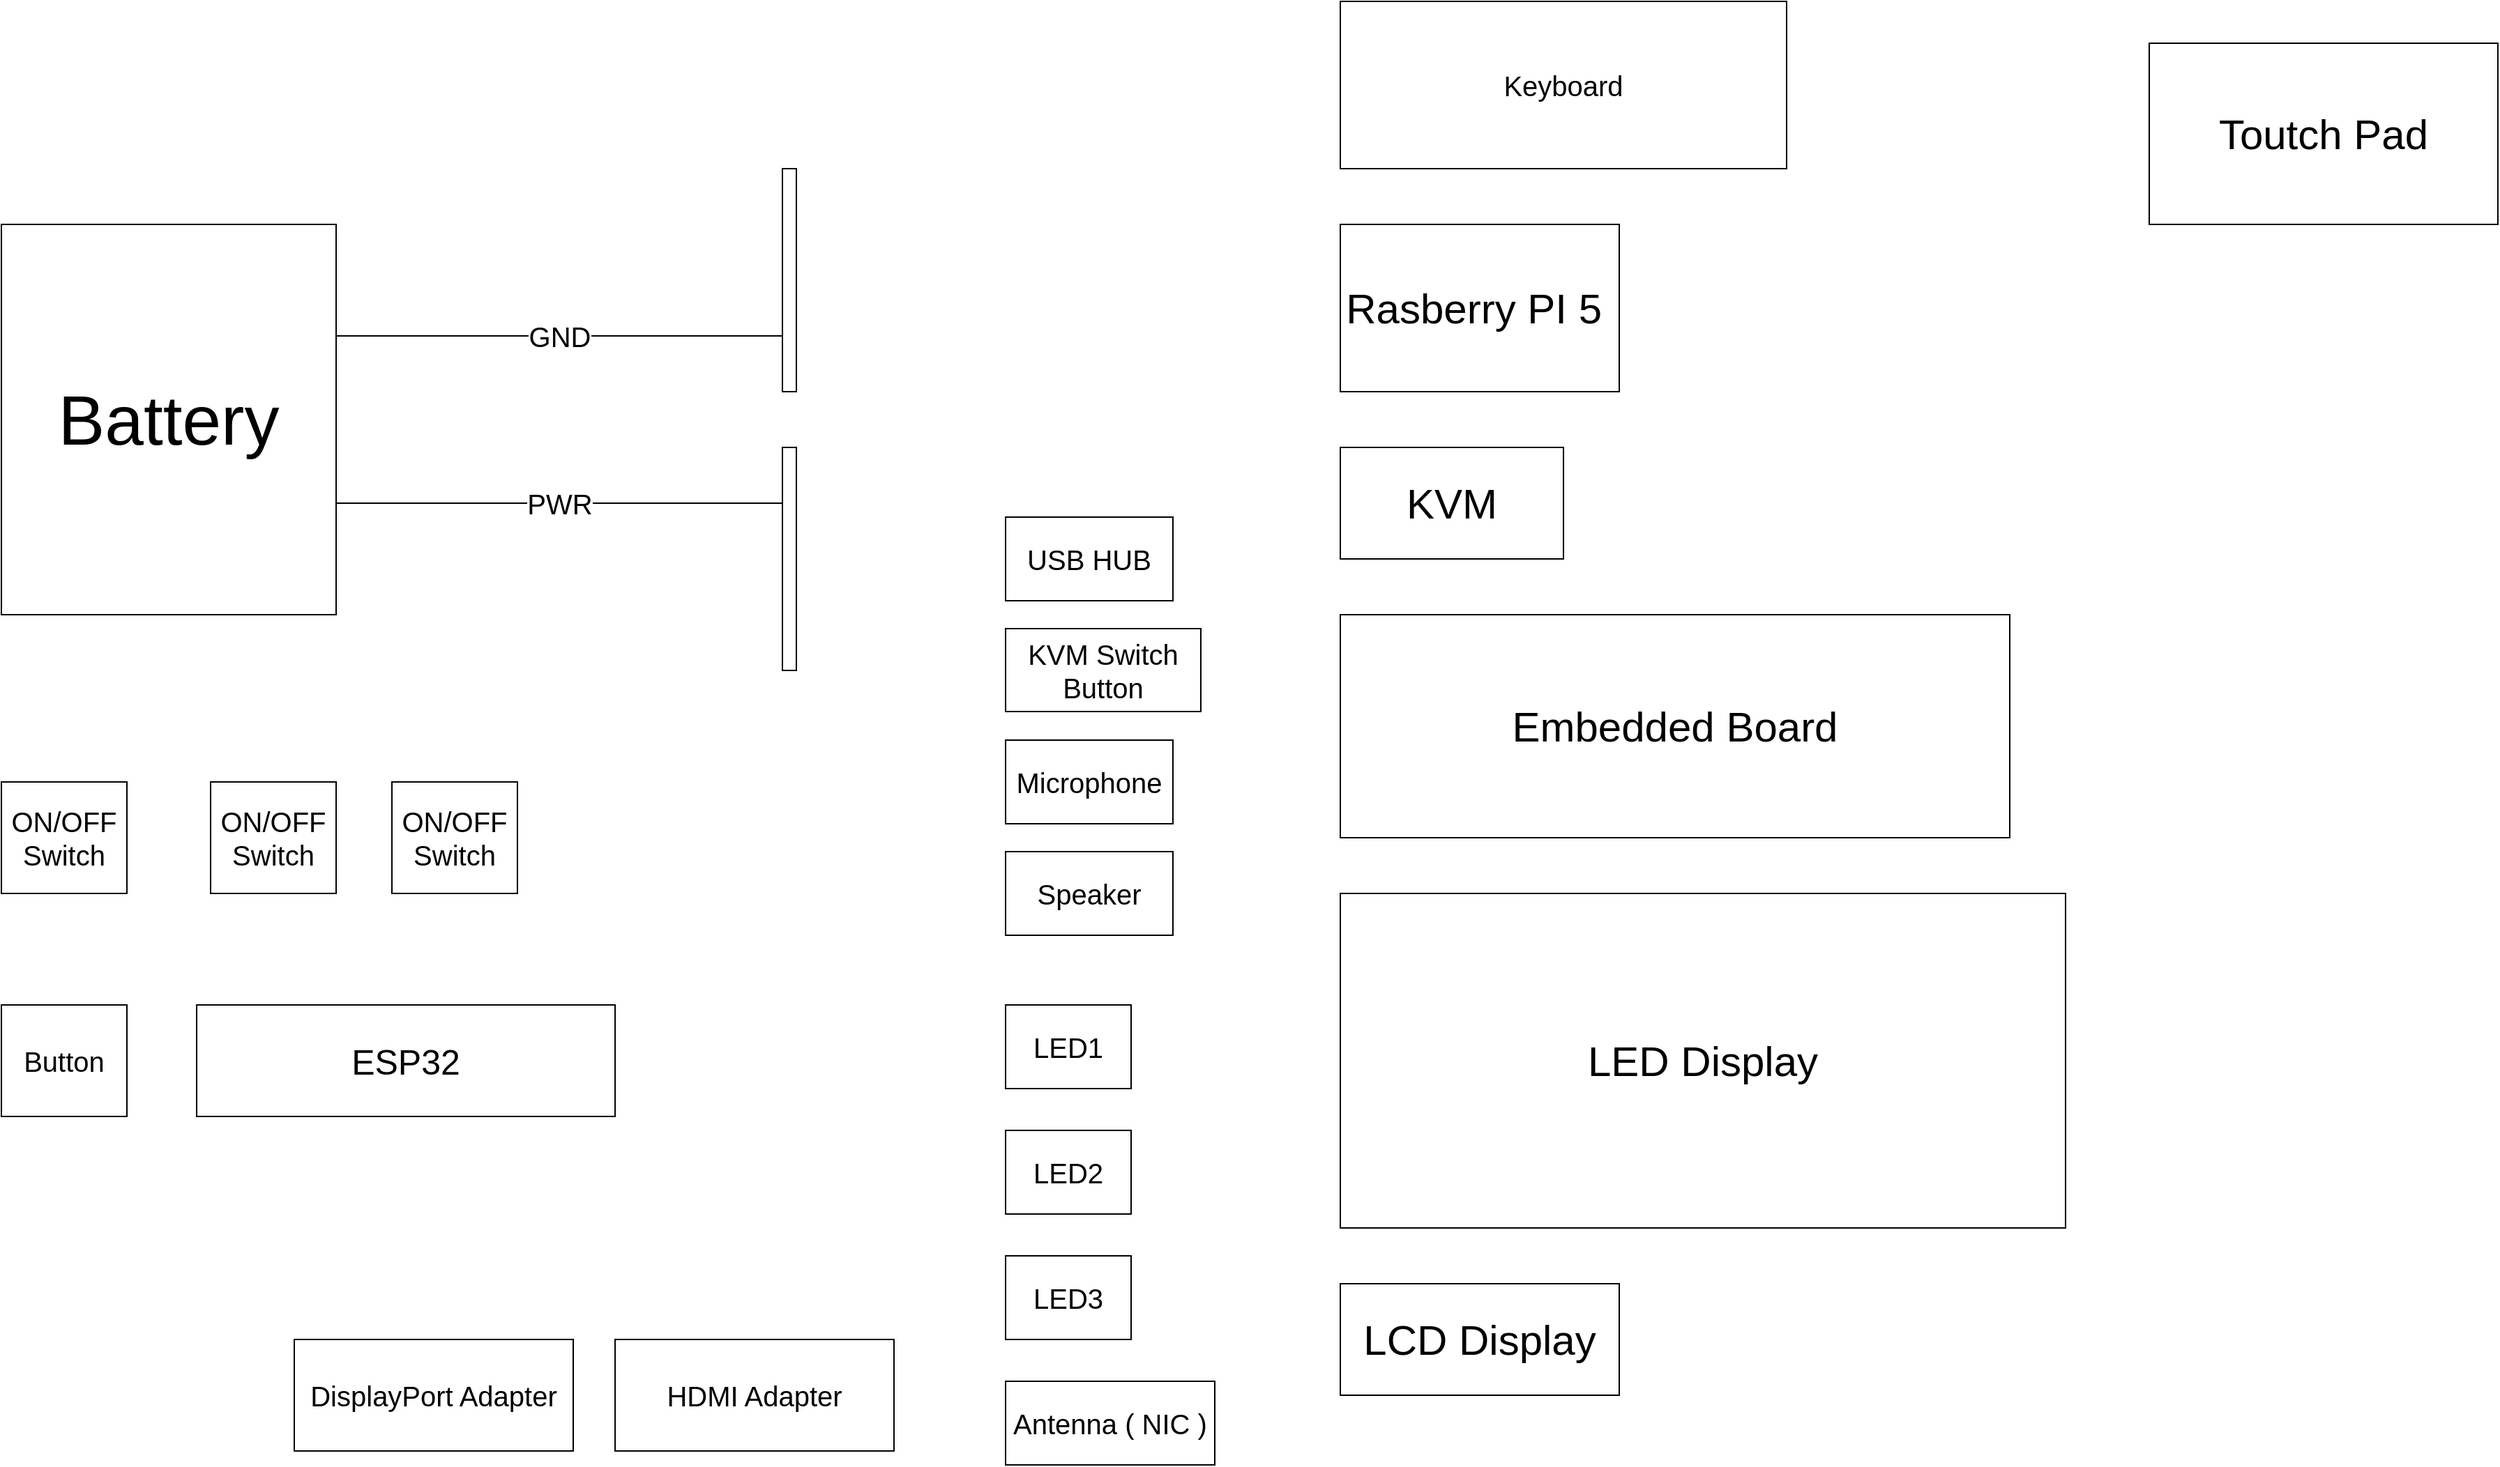
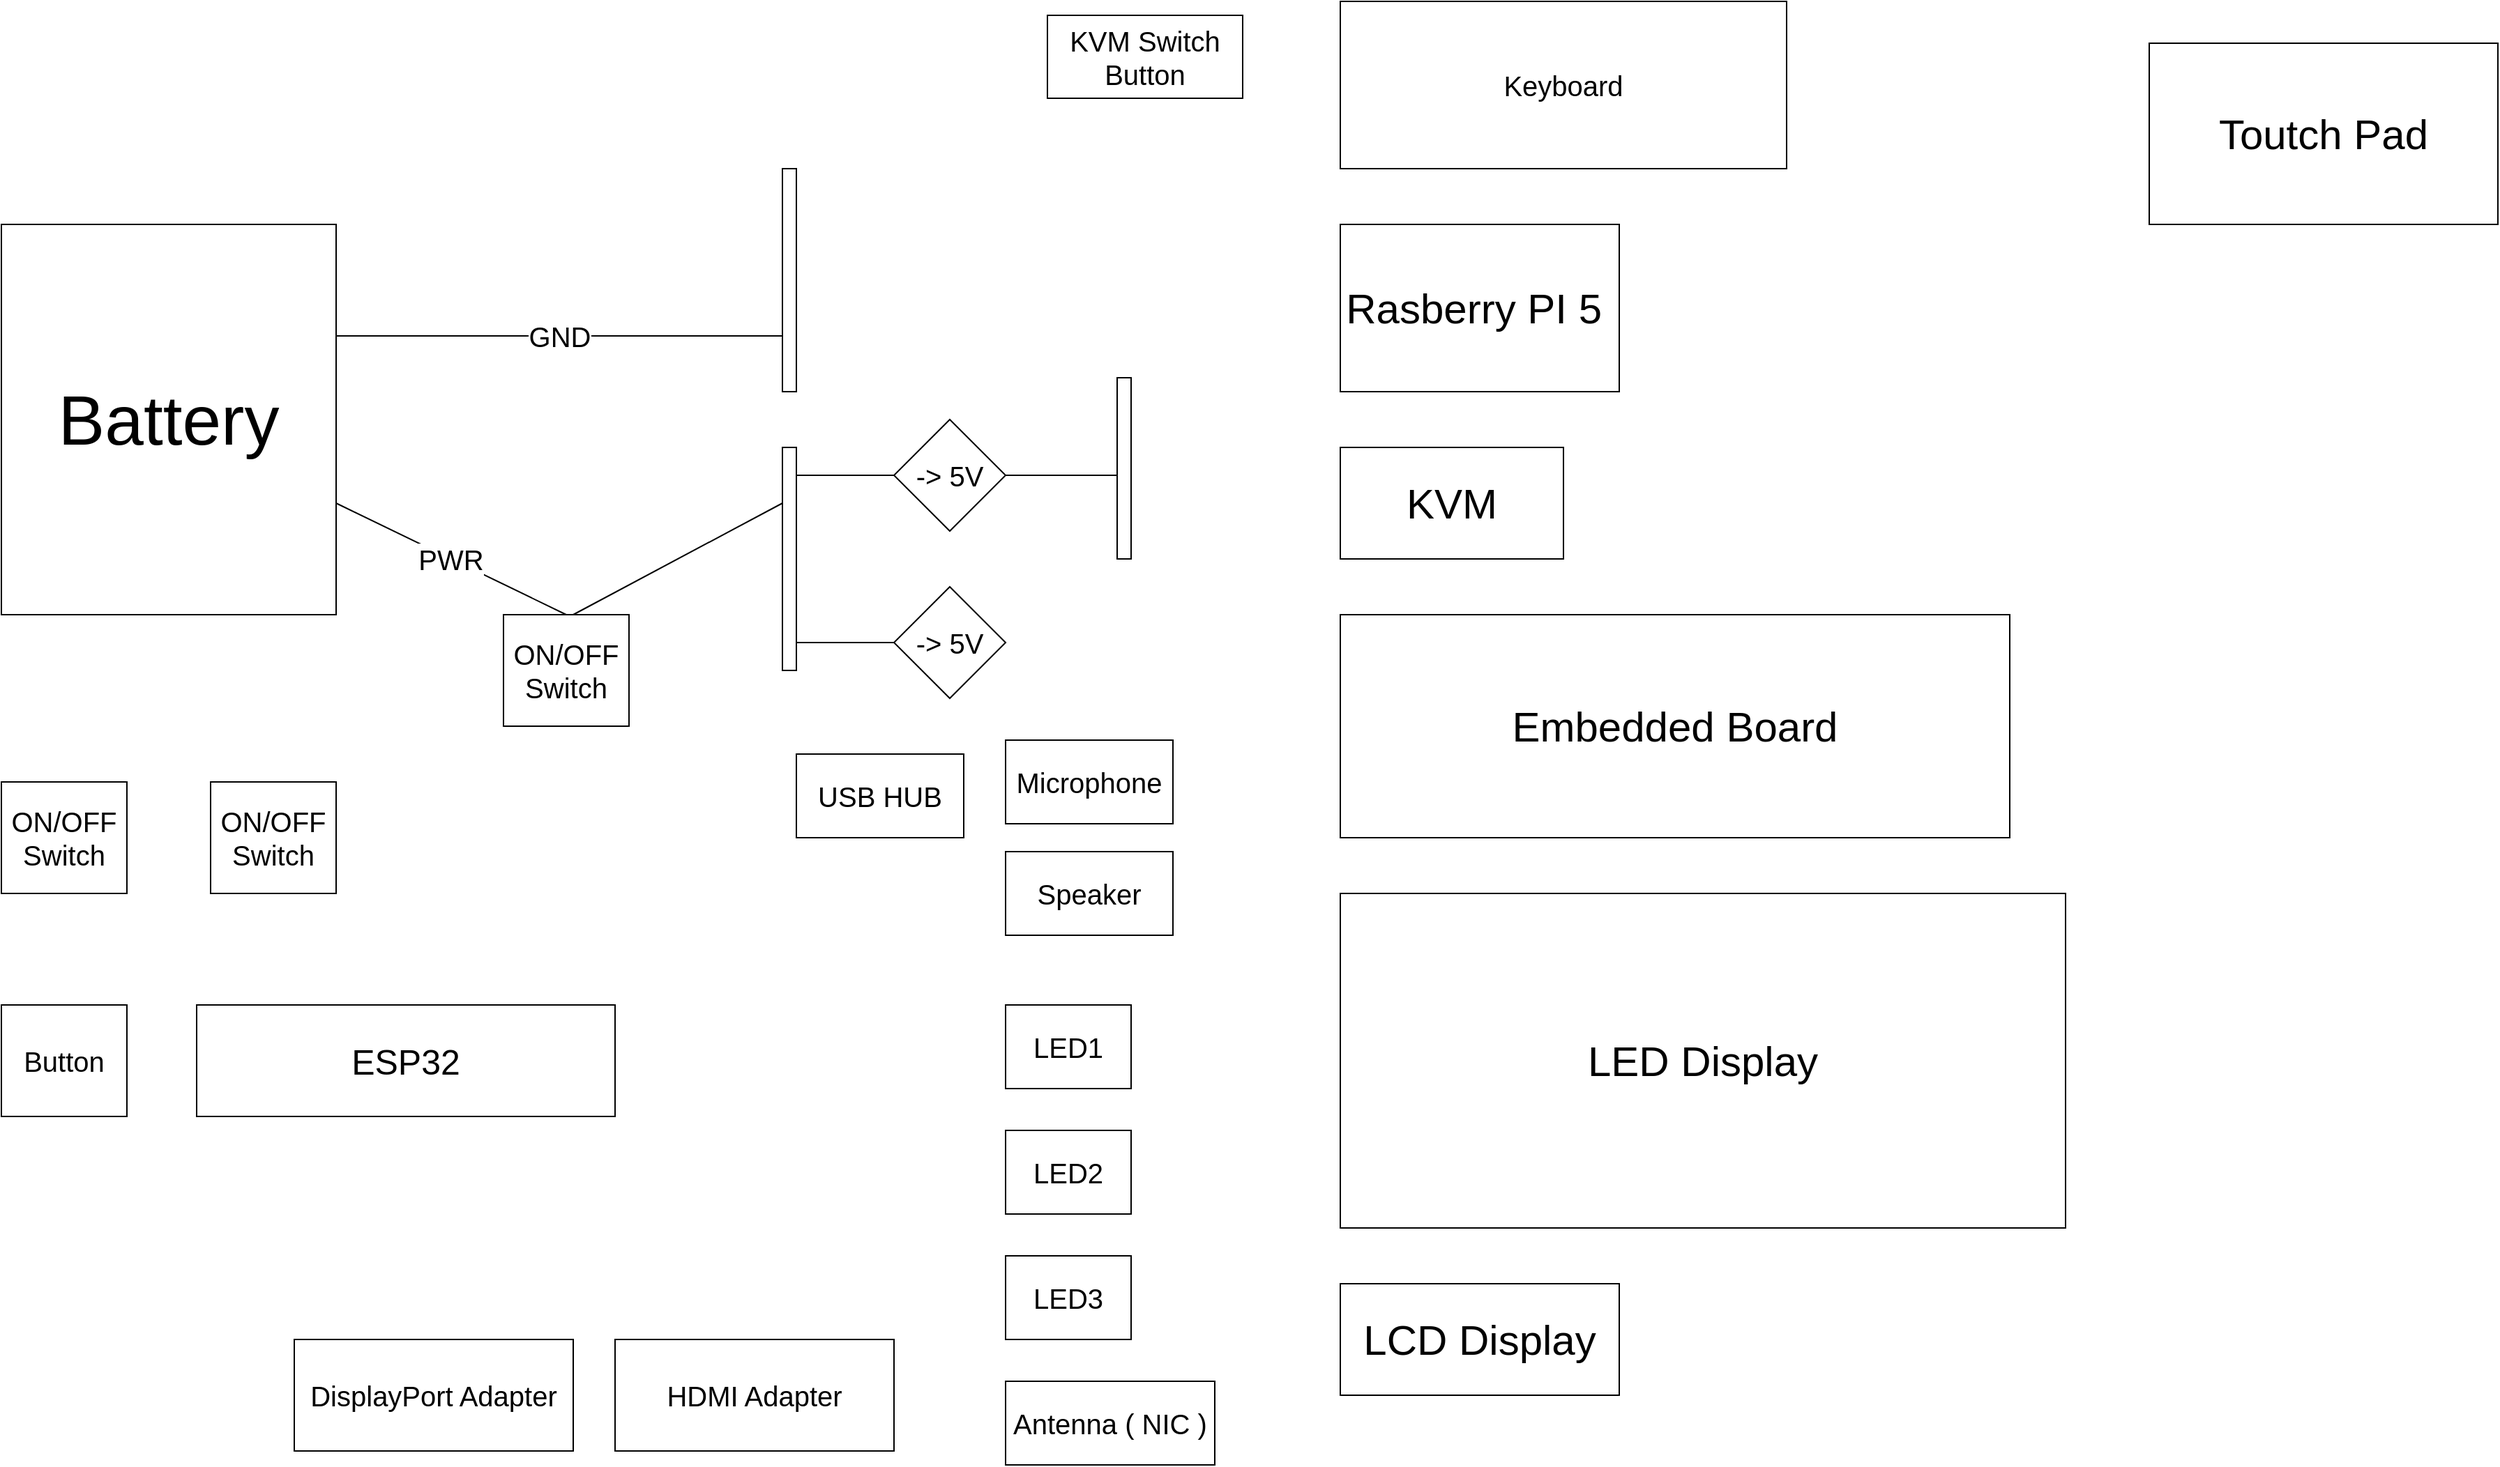
<mxfile host="app.diagrams.net">
  <diagram name="Page-1" id="-A7zwxtQQ4c7CkvIr7jm">
-     <mxGraphModel dx="1987" dy="1242" grid="1" gridSize="10" guides="1" tooltips="1" connect="1" arrows="1" fold="1" page="1" pageScale="1" pageWidth="3300" pageHeight="2339" math="0" shadow="0">
+     <mxGraphModel dx="1625" dy="1016" grid="1" gridSize="10" guides="1" tooltips="1" connect="1" arrows="1" fold="1" page="1" pageScale="1" pageWidth="3300" pageHeight="2339" math="0" shadow="0">
      <root>
        <mxCell id="0" />
        <mxCell id="1" parent="0" />
        <mxCell id="-z_A7mw_hyHojzm8xq02-5" parent="1" style="rounded=0;whiteSpace=wrap;html=1;" value="&lt;font style=&quot;font-size: 50px;&quot;&gt;Battery&lt;/font&gt;" vertex="1">
          <mxGeometry height="280" width="240" x="1120" y="920" as="geometry" />
        </mxCell>
-         <mxCell id="-z_A7mw_hyHojzm8xq02-14" edge="1" parent="1" style="endArrow=none;html=1;rounded=0;" value="&lt;font style=&quot;font-size: 20px;&quot;&gt;PWR&lt;/font&gt;">
+         <mxCell id="-z_A7mw_hyHojzm8xq02-14" edge="1" parent="1" style="endArrow=none;html=1;rounded=0;entryX=0.5;entryY=0;entryDx=0;entryDy=0;" target="dbD3cyStfzAGDS6KlF5t-5" value="&lt;font style=&quot;font-size: 20px;&quot;&gt;PWR&lt;/font&gt;">
          <mxGeometry height="50" relative="1" width="50" as="geometry">
            <mxPoint x="1360" y="1120" as="sourcePoint" />
-             <mxPoint x="1680" y="1120" as="targetPoint" />
+             <mxPoint x="1480" y="1120" as="targetPoint" />
          </mxGeometry>
        </mxCell>
        <mxCell id="-z_A7mw_hyHojzm8xq02-16" edge="1" parent="1" style="endArrow=none;html=1;rounded=0;" value="&lt;font style=&quot;font-size: 20px;&quot;&gt;GND&lt;/font&gt;">
          <mxGeometry height="50" relative="1" width="50" as="geometry">
            <mxPoint x="1360" y="1000" as="sourcePoint" />
            <mxPoint x="1680" y="1000" as="targetPoint" />
          </mxGeometry>
        </mxCell>
        <mxCell id="-z_A7mw_hyHojzm8xq02-18" parent="1" style="rounded=0;whiteSpace=wrap;html=1;" value="" vertex="1">
          <mxGeometry height="160" width="10" x="1680" y="1080" as="geometry" />
        </mxCell>
        <mxCell id="-z_A7mw_hyHojzm8xq02-20" parent="1" style="rounded=0;whiteSpace=wrap;html=1;" value="" vertex="1">
          <mxGeometry height="160" width="10" x="1680" y="880" as="geometry" />
        </mxCell>
        <mxCell id="-z_A7mw_hyHojzm8xq02-23" parent="1" style="rounded=0;whiteSpace=wrap;html=1;" value="&lt;font style=&quot;font-size: 20px;&quot;&gt;Keyboard&lt;/font&gt;" vertex="1">
          <mxGeometry height="120" width="320" x="2080" y="760" as="geometry" />
        </mxCell>
        <mxCell id="-z_A7mw_hyHojzm8xq02-25" parent="1" style="rounded=0;whiteSpace=wrap;html=1;" value="&lt;font style=&quot;font-size: 30px;&quot;&gt;Rasberry PI 5&amp;nbsp;&lt;/font&gt;" vertex="1">
          <mxGeometry height="120" width="200" x="2080" y="920" as="geometry" />
        </mxCell>
        <mxCell id="-z_A7mw_hyHojzm8xq02-26" parent="1" style="rounded=0;whiteSpace=wrap;html=1;" value="&lt;font style=&quot;font-size: 30px;&quot;&gt;KVM&lt;/font&gt;" vertex="1">
          <mxGeometry height="80" width="160" x="2080" y="1080" as="geometry" />
        </mxCell>
        <mxCell id="-z_A7mw_hyHojzm8xq02-27" parent="1" style="rounded=0;whiteSpace=wrap;html=1;" value="&lt;font style=&quot;font-size: 30px;&quot;&gt;Embedded Board&lt;/font&gt;" vertex="1">
          <mxGeometry height="160" width="480" x="2080" y="1200" as="geometry" />
        </mxCell>
        <mxCell id="dbD3cyStfzAGDS6KlF5t-1" parent="1" style="rounded=0;whiteSpace=wrap;html=1;" value="&lt;div&gt;&lt;font style=&quot;font-size: 30px;&quot;&gt;LED&amp;nbsp;Display&lt;/font&gt;&lt;/div&gt;" vertex="1">
          <mxGeometry height="240" width="520" x="2080" y="1400" as="geometry" />
        </mxCell>
        <mxCell id="dbD3cyStfzAGDS6KlF5t-2" parent="1" style="rounded=0;whiteSpace=wrap;html=1;" value="&lt;font style=&quot;font-size: 30px;&quot;&gt;LCD Display&lt;/font&gt;" vertex="1">
          <mxGeometry height="80" width="200" x="2080" y="1680" as="geometry" />
        </mxCell>
        <mxCell id="dbD3cyStfzAGDS6KlF5t-3" parent="1" style="rounded=0;whiteSpace=wrap;html=1;" value="&lt;font style=&quot;font-size: 20px;&quot;&gt;ON/OFF Switch&lt;/font&gt;" vertex="1">
          <mxGeometry height="80" width="90" x="1120" y="1320" as="geometry" />
        </mxCell>
        <mxCell id="dbD3cyStfzAGDS6KlF5t-4" parent="1" style="rounded=0;whiteSpace=wrap;html=1;" value="&lt;font style=&quot;font-size: 20px;&quot;&gt;ON/OFF Switch&lt;/font&gt;" vertex="1">
          <mxGeometry height="80" width="90" x="1270" y="1320" as="geometry" />
        </mxCell>
        <mxCell id="dbD3cyStfzAGDS6KlF5t-5" parent="1" style="rounded=0;whiteSpace=wrap;html=1;" value="&lt;font style=&quot;font-size: 20px;&quot;&gt;ON/OFF Switch&lt;/font&gt;" vertex="1">
-           <mxGeometry height="80" width="90" x="1400" y="1320" as="geometry" />
+           <mxGeometry height="80" width="90" x="1480" y="1200" as="geometry" />
        </mxCell>
        <mxCell id="dbD3cyStfzAGDS6KlF5t-6" parent="1" style="rounded=0;whiteSpace=wrap;html=1;" value="&lt;font style=&quot;font-size: 20px;&quot;&gt;Button&lt;/font&gt;" vertex="1">
          <mxGeometry height="80" width="90" x="1120" y="1480" as="geometry" />
        </mxCell>
        <mxCell id="dbD3cyStfzAGDS6KlF5t-7" parent="1" style="rounded=0;whiteSpace=wrap;html=1;" value="&lt;font style=&quot;font-size: 25px;&quot;&gt;ESP32&lt;/font&gt;" vertex="1">
          <mxGeometry height="80" width="300" x="1260" y="1480" as="geometry" />
        </mxCell>
        <mxCell id="dbD3cyStfzAGDS6KlF5t-8" parent="1" style="rounded=0;whiteSpace=wrap;html=1;" value="&lt;font style=&quot;font-size: 30px;&quot;&gt;Toutch Pad&lt;/font&gt;" vertex="1">
          <mxGeometry height="130" width="250" x="2660" y="790" as="geometry" />
        </mxCell>
        <mxCell id="dbD3cyStfzAGDS6KlF5t-9" parent="1" style="rounded=0;whiteSpace=wrap;html=1;" value="&lt;font style=&quot;font-size: 20px;&quot;&gt;Microphone&lt;/font&gt;" vertex="1">
          <mxGeometry height="60" width="120" x="1840" y="1290" as="geometry" />
        </mxCell>
        <mxCell id="dbD3cyStfzAGDS6KlF5t-10" parent="1" style="rounded=0;whiteSpace=wrap;html=1;" value="&lt;font style=&quot;font-size: 20px;&quot;&gt;Speaker&lt;/font&gt;" vertex="1">
          <mxGeometry height="60" width="120" x="1840" y="1370" as="geometry" />
        </mxCell>
        <mxCell id="dbD3cyStfzAGDS6KlF5t-11" parent="1" style="rounded=0;whiteSpace=wrap;html=1;" value="&lt;font style=&quot;font-size: 20px;&quot;&gt;LED1&lt;/font&gt;" vertex="1">
          <mxGeometry height="60" width="90" x="1840" y="1480" as="geometry" />
        </mxCell>
        <mxCell id="dbD3cyStfzAGDS6KlF5t-12" parent="1" style="rounded=0;whiteSpace=wrap;html=1;" value="&lt;font style=&quot;font-size: 20px;&quot;&gt;LED2&lt;/font&gt;" vertex="1">
          <mxGeometry height="60" width="90" x="1840" y="1570" as="geometry" />
        </mxCell>
        <mxCell id="dbD3cyStfzAGDS6KlF5t-13" parent="1" style="rounded=0;whiteSpace=wrap;html=1;" value="&lt;div&gt;&lt;font style=&quot;font-size: 20px;&quot;&gt;LED3&lt;/font&gt;&lt;/div&gt;" vertex="1">
          <mxGeometry height="60" width="90" x="1840" y="1660" as="geometry" />
        </mxCell>
        <mxCell id="dbD3cyStfzAGDS6KlF5t-14" parent="1" style="rounded=0;whiteSpace=wrap;html=1;fontSize=20;" value="&lt;font&gt;Antenna ( NIC )&lt;/font&gt;" vertex="1">
          <mxGeometry height="60" width="150" x="1840" y="1750" as="geometry" />
        </mxCell>
        <mxCell id="dbD3cyStfzAGDS6KlF5t-15" parent="1" style="rounded=0;whiteSpace=wrap;html=1;" value="&lt;font style=&quot;font-size: 20px;&quot;&gt;HDMI Adapter&lt;/font&gt;" vertex="1">
          <mxGeometry height="80" width="200" x="1560" y="1720" as="geometry" />
        </mxCell>
        <mxCell id="dbD3cyStfzAGDS6KlF5t-16" parent="1" style="rounded=0;whiteSpace=wrap;html=1;" value="&lt;div&gt;&lt;font style=&quot;font-size: 20px;&quot;&gt;DisplayPort Adapter&lt;/font&gt;&lt;/div&gt;" vertex="1">
          <mxGeometry height="80" width="200" x="1330" y="1720" as="geometry" />
        </mxCell>
        <mxCell id="dbD3cyStfzAGDS6KlF5t-17" parent="1" style="rounded=0;whiteSpace=wrap;html=1;fontSize=20;" value="KVM Switch Button" vertex="1">
-           <mxGeometry height="59.5" width="140" x="1840" y="1210" as="geometry" />
+           <mxGeometry height="59.5" width="140" x="1870" y="770" as="geometry" />
        </mxCell>
        <mxCell id="dbD3cyStfzAGDS6KlF5t-18" parent="1" style="rounded=0;whiteSpace=wrap;html=1;fontSize=20;" value="&lt;font&gt;USB HUB&lt;/font&gt;" vertex="1">
-           <mxGeometry height="60" width="120" x="1840" y="1130" as="geometry" />
+           <mxGeometry height="60" width="120" x="1690" y="1300" as="geometry" />
+         </mxCell>
+         <mxCell id="dbD3cyStfzAGDS6KlF5t-19" edge="1" parent="1" style="endArrow=none;html=1;rounded=0;entryX=0;entryY=0.25;entryDx=0;entryDy=0;" target="-z_A7mw_hyHojzm8xq02-18" value="">
+           <mxGeometry height="50" relative="1" width="50" as="geometry">
+             <mxPoint x="1530" y="1200" as="sourcePoint" />
+             <mxPoint x="1580" y="1150" as="targetPoint" />
+           </mxGeometry>
+         </mxCell>
+         <mxCell id="dbD3cyStfzAGDS6KlF5t-20" edge="1" parent="1" style="endArrow=none;html=1;rounded=0;" value="">
+           <mxGeometry height="50" relative="1" width="50" as="geometry">
+             <mxPoint x="1690" y="1100" as="sourcePoint" />
+             <mxPoint x="1760" y="1100" as="targetPoint" />
+           </mxGeometry>
+         </mxCell>
+         <mxCell id="dbD3cyStfzAGDS6KlF5t-23" parent="1" style="rhombus;whiteSpace=wrap;html=1;fontSize=20;" value="-&amp;gt; 5V" vertex="1">
+           <mxGeometry height="80" width="80" x="1760" y="1060" as="geometry" />
+         </mxCell>
+         <mxCell id="dbD3cyStfzAGDS6KlF5t-24" edge="1" parent="1" style="endArrow=none;html=1;rounded=0;" value="">
+           <mxGeometry height="50" relative="1" width="50" as="geometry">
+             <mxPoint x="1690" y="1220" as="sourcePoint" />
+             <mxPoint x="1760" y="1220" as="targetPoint" />
+           </mxGeometry>
+         </mxCell>
+         <mxCell id="dbD3cyStfzAGDS6KlF5t-25" parent="1" style="rhombus;whiteSpace=wrap;html=1;fontSize=20;" value="-&amp;gt; 5V" vertex="1">
+           <mxGeometry height="80" width="80" x="1760" y="1180" as="geometry" />
+         </mxCell>
+         <mxCell id="dbD3cyStfzAGDS6KlF5t-26" edge="1" parent="1" style="endArrow=none;html=1;rounded=0;" value="">
+           <mxGeometry height="50" relative="1" width="50" as="geometry">
+             <mxPoint x="1920" y="1100" as="sourcePoint" />
+             <mxPoint x="1840" y="1100" as="targetPoint" />
+           </mxGeometry>
+         </mxCell>
+         <mxCell id="dbD3cyStfzAGDS6KlF5t-27" parent="1" style="rounded=0;whiteSpace=wrap;html=1;" value="" vertex="1">
+           <mxGeometry height="130" width="10" x="1920" y="1030" as="geometry" />
        </mxCell>
      </root>
    </mxGraphModel>
  </diagram>
</mxfile>
